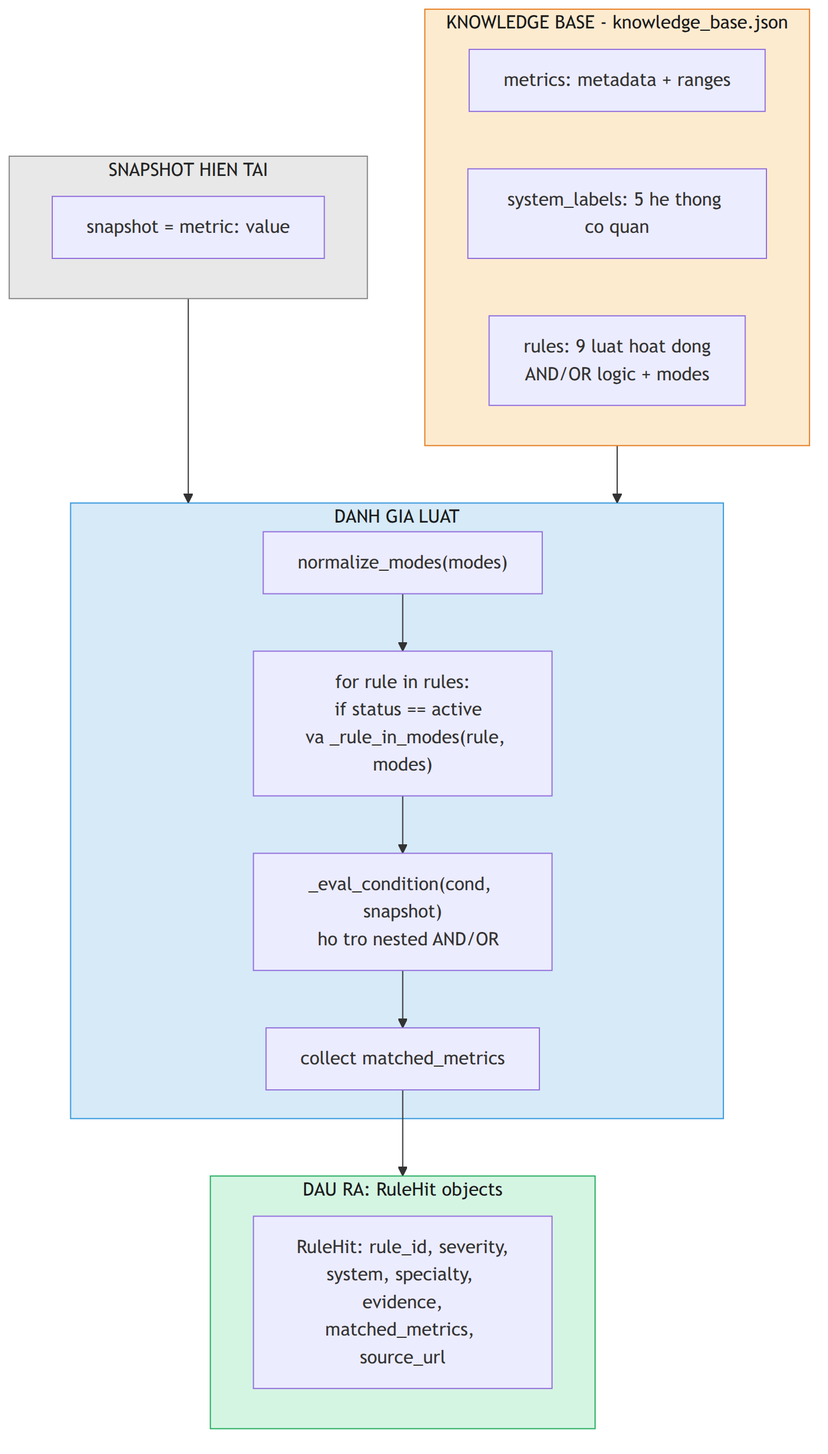
dotlinux26/health-risk-early-warning keeps this Mermaid diagram as docs/figures/fig9_tier2_rules.png. Above is the earlier version. Its source is kept beside it as docs/figures/fig9_tier2_rules.mmd.
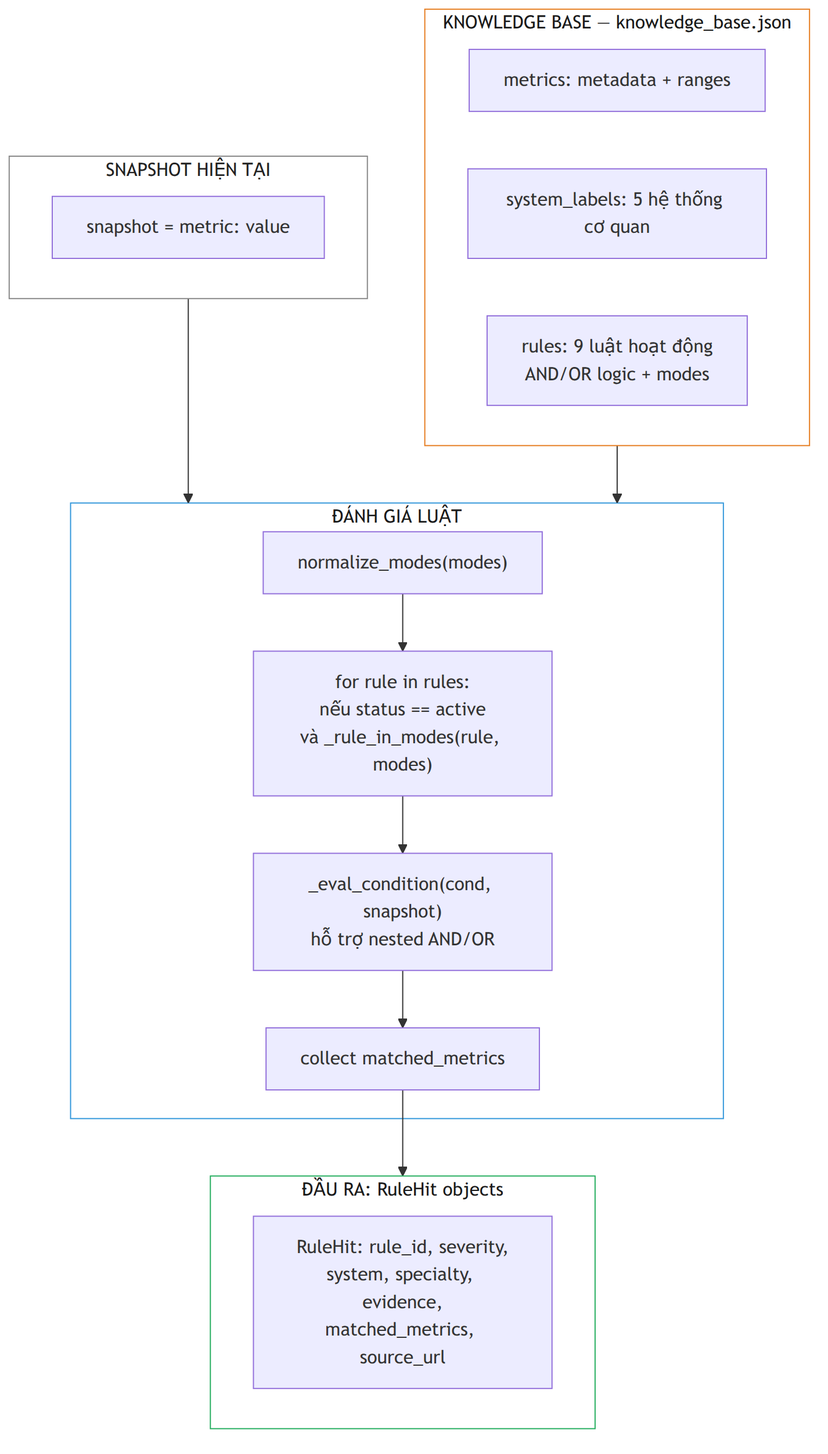
Later version of the same file.

Diff of the diagram source:
```diff
@@ -1,29 +1,23 @@
 flowchart TB
-    subgraph SNAP["SNAPSHOT HIEN TAI"]
+    subgraph SNAP["SNAPSHOT HIỆN TẠI"]
         S1["snapshot = metric: value"]
     end
 
-    subgraph KB["KNOWLEDGE BASE - knowledge_base.json"]
+    subgraph KB["KNOWLEDGE BASE — knowledge_base.json"]
         K1["metrics: metadata + ranges"]
-        K2["system_labels: 5 he thong co quan"]
-        K3["rules: 9 luat hoat dong
-AND/OR logic + modes"]
+        K2["system_labels: 5 hệ thống cơ quan"]
+        K3["rules: 9 luật hoạt động<br/>AND/OR logic + modes"]
     end
 
-    subgraph EVAL["DANH GIA LUAT"]
+    subgraph EVAL["ĐÁNH GIÁ LUẬT"]
         E1["normalize_modes(modes)"]
-        E2["for rule in rules:
-  if status == active
-  va _rule_in_modes(rule, modes)"]
-        E3["_eval_condition(cond, snapshot)
-  ho tro nested AND/OR"]
+        E2["for rule in rules:<br/>nếu status == active<br/>và _rule_in_modes(rule, modes)"]
+        E3["_eval_condition(cond, snapshot)<br/>hỗ trợ nested AND/OR"]
         E4["collect matched_metrics"]
     end
 
-    subgraph OUT["DAU RA: RuleHit objects"]
-        O1["RuleHit: rule_id, severity,
-system, specialty, evidence,
-matched_metrics, source_url"]
+    subgraph OUT["ĐẦU RA: RuleHit objects"]
+        O1["RuleHit: rule_id, severity,<br/>system, specialty, evidence,<br/>matched_metrics, source_url"]
     end
 
     SNAP --> EVAL
@@ -33,7 +27,7 @@
     E3 --> E4
     E4 --> OUT
 
-    style SNAP fill:#e8e8e8,stroke:#888888,color:#222222
-    style KB fill:#fdebd0,stroke:#e67e22,color:#1a1a1a
-    style EVAL fill:#d6eaf8,stroke:#3498db,color:#1a1a1a
-    style OUT fill:#d5f5e3,stroke:#27ae60,color:#1a1a1a
+    style SNAP fill:#ffffff,stroke:#888888,color:#222222
+    style KB fill:#ffffff,stroke:#e67e22,color:#1a1a1a
+    style EVAL fill:#ffffff,stroke:#3498db,color:#1a1a1a
+    style OUT fill:#ffffff,stroke:#27ae60,color:#1a1a1a
```
